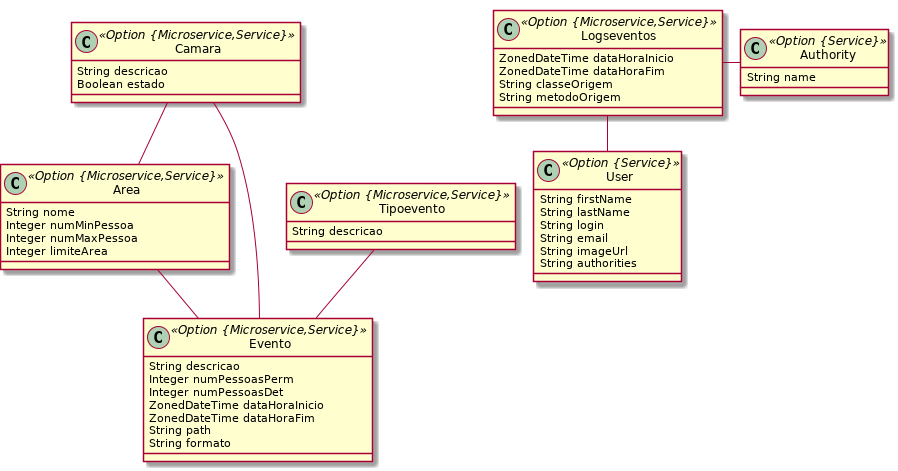
Above: base_dados/bd.png in NunoVelosoMIEGSI/prisontech (PlantUML), before the change.
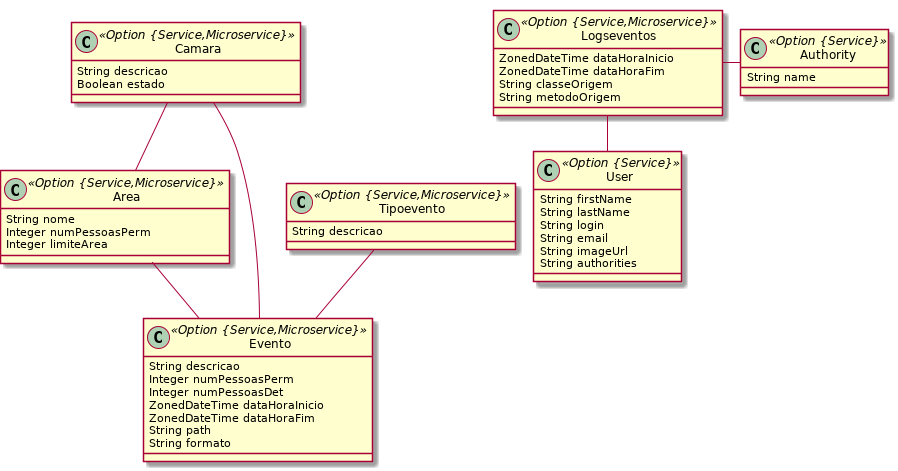
Later version of the same file.

The edit, as a diff of the source:
```diff
@@ -1,20 +1,19 @@
 @startuml
 	!pragma graphviz_dot jdot
 	!pragma syntax class
-	class Area <<Option {Microservice,Service}>> {
+	class Area <<Option {Service,Microservice}>> {
 		String nome
-		Integer numMinPessoa
-		Integer numMaxPessoa
+		Integer numPessoasPerm
 		Integer limiteArea
 	}
-	class Camara <<Option {Microservice,Service}>> {
+	class Camara <<Option {Service,Microservice}>> {
 		String descricao
 		Boolean estado
 	}
-	class Tipoevento <<Option {Microservice,Service}>> {
+	class Tipoevento <<Option {Service,Microservice}>> {
 		String descricao
 	}
-	class Evento <<Option {Microservice,Service}>> {
+	class Evento <<Option {Service,Microservice}>> {
 		String descricao
 		Integer numPessoasPerm
 		Integer numPessoasDet
@@ -23,7 +22,7 @@
 		String path
 		String formato
 	}
-	class Logseventos <<Option {Microservice,Service}>> {
+	class Logseventos <<Option {Service,Microservice}>> {
 		ZonedDateTime dataHoraInicio
 		ZonedDateTime dataHoraFim
 		String classeOrigem
```
